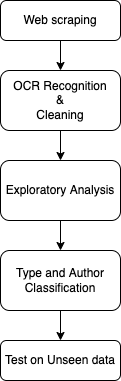
RaymondBai/RaymondBai.github.io keeps this draw.io diagram as images/flowchart.png. Above is the earlier version. Source tidied: cells renumbered, new cells last; positions are measured from the earlier drawing's top-left corner, leaving out a move shared by most shapes.
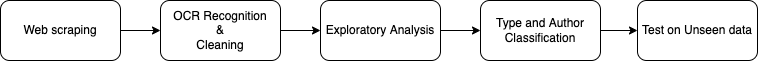
The same file after the commit.

The edit, as a diff of the source:
```diff
@@ -3,30 +3,32 @@
     <mxCell id="0" />
     <mxCell id="1" parent="0" />
     <mxCell id="2" value="Web scraping" style="rounded=1;whiteSpace=wrap;html=1;fontSize=12;glass=0;strokeWidth=1;shadow=0;" parent="1" vertex="1">
-      <mxGeometry width="120" height="40" as="geometry" />
+      <mxGeometry x="-90" y="-20" width="120" height="60" as="geometry" />
     </mxCell>
     <mxCell id="3" value="Test on Unseen data" style="rounded=1;whiteSpace=wrap;html=1;fontSize=12;glass=0;strokeWidth=1;shadow=0;" parent="1" vertex="1">
-      <mxGeometry y="340" width="120" height="40" as="geometry" />
+      <mxGeometry x="547" y="-20" width="120" height="60" as="geometry" />
     </mxCell>
-    <mxCell id="4" style="endArrow=classic;html=1;rounded=0;exitX=0.5;exitY=1;exitDx=0;exitDy=0;" parent="1" edge="1" source="6" target="8">
+    <mxCell id="4" style="endArrow=classic;html=1;rounded=0;exitX=1;exitY=0.5;exitDx=0;exitDy=0;" parent="1" edge="1" source="6" target="8">
       <mxGeometry relative="1" as="geometry" />
     </mxCell>
-    <mxCell id="5" style="endArrow=classic;html=1;rounded=0;entryX=0.5;entryY=0;entryDx=0;entryDy=0;exitX=0.5;exitY=1;exitDx=0;exitDy=0;" parent="1" edge="1" source="8" target="9">
+    <mxCell id="5" style="endArrow=classic;html=1;rounded=0;entryX=0;entryY=0.5;entryDx=0;entryDy=0;exitX=1;exitY=0.5;exitDx=0;exitDy=0;" parent="1" edge="1" source="8" target="9">
       <mxGeometry relative="1" as="geometry" />
     </mxCell>
     <mxCell id="6" value="OCR Recognition&lt;br&gt;&amp;amp;&lt;br&gt;Cleaning" style="rounded=1;whiteSpace=wrap;html=1;shadow=0;glass=0;fontFamily=Helvetica;fontSize=12;fontColor=default;strokeColor=default;strokeWidth=1;fillColor=default;" parent="1" vertex="1">
-      <mxGeometry y="70" width="120" height="60" as="geometry" />
+      <mxGeometry x="70" y="-20" width="120" height="60" as="geometry" />
     </mxCell>
-    <mxCell id="7" style="endArrow=classic;html=1;rounded=0;fontFamily=Helvetica;fontSize=12;fontColor=default;exitX=0.5;exitY=1;exitDx=0;exitDy=0;entryX=0.5;entryY=0;entryDx=0;entryDy=0;" parent="1" edge="1" source="2" target="6">
-      <mxGeometry relative="1" as="geometry" />
+    <mxCell id="7" style="endArrow=classic;html=1;rounded=0;fontFamily=Helvetica;fontSize=12;fontColor=default;entryX=0;entryY=0.5;entryDx=0;entryDy=0;" parent="1" edge="1" target="6">
+      <mxGeometry relative="1" as="geometry">
+        <mxPoint x="30" y="10" as="sourcePoint" />
+      </mxGeometry>
     </mxCell>
     <mxCell id="8" value="Exploratory Analysis" style="rounded=1;whiteSpace=wrap;html=1;shadow=0;glass=0;fontFamily=Helvetica;fontSize=12;fontColor=default;strokeColor=default;strokeWidth=1;fillColor=default;" parent="1" vertex="1">
-      <mxGeometry y="160" width="120" height="60" as="geometry" />
+      <mxGeometry x="230" y="-20" width="120" height="60" as="geometry" />
     </mxCell>
     <mxCell id="9" value="Type and Author&lt;br&gt;Classification" style="rounded=1;whiteSpace=wrap;html=1;shadow=0;glass=0;fontFamily=Helvetica;fontSize=12;fontColor=default;strokeColor=default;strokeWidth=1;fillColor=default;" parent="1" vertex="1">
-      <mxGeometry y="250" width="120" height="60" as="geometry" />
+      <mxGeometry x="390" y="-20" width="120" height="60" as="geometry" />
     </mxCell>
-    <mxCell id="10" style="endArrow=classic;html=1;rounded=0;fontFamily=Helvetica;fontSize=12;fontColor=default;exitX=0.5;exitY=1;exitDx=0;exitDy=0;entryX=0.5;entryY=0;entryDx=0;entryDy=0;" parent="1" edge="1" source="9" target="3">
+    <mxCell id="10" style="endArrow=classic;html=1;rounded=0;fontFamily=Helvetica;fontSize=12;fontColor=default;exitX=1;exitY=0.5;exitDx=0;exitDy=0;entryX=0;entryY=0.5;entryDx=0;entryDy=0;" parent="1" edge="1" source="9" target="3">
       <mxGeometry relative="1" as="geometry" />
     </mxCell>
   </root>
```
